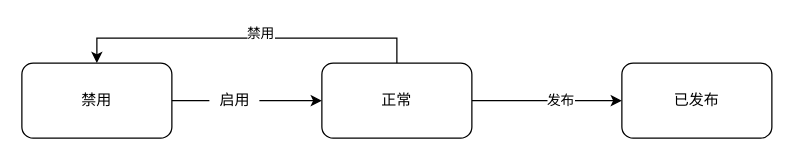
Earlier version of the draw.io diagram 简言任务清单状态变化.drawio (FrankKirin/PM_works). Source tidied: cells renumbered, new cells numbered last; positions are measured from the earlier drawing's top-left corner, leaving out a move shared by most shapes. Both pictures are drawn from the tidied source at 125%, with x=0, y=0 at pixel (21, 62).
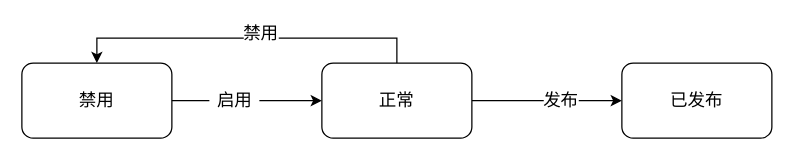
The same diagram, later.

Commit message (it also covers changes not shown here):
Update 简言任务清单状态变化.drawio

The edit, as a diff of the source:
```diff
@@
 <mxGraphModel>
   <root>
     <mxCell id="0" />
     <mxCell id="1" parent="0" />
-    <mxCell id="2" style="edgeStyle=orthogonalEdgeStyle;rounded=0;jettySize=auto;html=1;exitX=1;exitY=0.5;exitDx=0;exitDy=0;startArrow=none;" parent="1" edge="1" source="10" target="8">
+    <mxCell id="2" style="edgeStyle=orthogonalEdgeStyle;rounded=0;jettySize=auto;html=1;exitX=1;exitY=0.5;exitDx=0;exitDy=0;startArrow=none;fontSize=14;" parent="1" edge="1" source="10" target="8">
       <mxGeometry relative="1" as="geometry" />
     </mxCell>
-    <mxCell id="3" value="禁用" style="rounded=1;whiteSpace=wrap;html=1;" parent="1" vertex="1">
+    <mxCell id="3" value="禁用" style="rounded=1;whiteSpace=wrap;html=1;fontSize=14;" parent="1" vertex="1">
       <mxGeometry width="120" height="60" as="geometry" />
     </mxCell>
-    <mxCell id="4" style="edgeStyle=orthogonalEdgeStyle;rounded=0;jettySize=auto;html=1;exitX=1;exitY=0.5;exitDx=0;exitDy=0;entryX=0;entryY=0.5;entryDx=0;entryDy=0;" parent="1" edge="1" source="8" target="9">
+    <mxCell id="4" style="edgeStyle=orthogonalEdgeStyle;rounded=0;jettySize=auto;html=1;exitX=1;exitY=0.5;exitDx=0;exitDy=0;entryX=0;entryY=0.5;entryDx=0;entryDy=0;fontSize=14;" parent="1" edge="1" source="8" target="9">
       <mxGeometry relative="1" as="geometry" />
     </mxCell>
-    <mxCell id="5" value="发布" style="edgeLabel;html=1;align=center;verticalAlign=middle;" parent="4" vertex="1">
+    <mxCell id="5" value="发布" style="edgeLabel;html=1;align=center;verticalAlign=middle;fontSize=14;" parent="4" vertex="1">
       <mxGeometry x="0.17" y="1" relative="1" as="geometry" />
     </mxCell>
-    <mxCell id="6" style="edgeStyle=orthogonalEdgeStyle;rounded=0;jettySize=auto;html=1;exitX=0.5;exitY=0;exitDx=0;exitDy=0;entryX=0.5;entryY=0;entryDx=0;entryDy=0;" parent="1" edge="1" source="8" target="3">
+    <mxCell id="6" style="edgeStyle=orthogonalEdgeStyle;rounded=0;jettySize=auto;html=1;exitX=0.5;exitY=0;exitDx=0;exitDy=0;entryX=0.5;entryY=0;entryDx=0;entryDy=0;fontSize=14;" parent="1" edge="1" source="8" target="3">
       <mxGeometry relative="1" as="geometry" />
     </mxCell>
-    <mxCell id="7" value="禁用" style="edgeLabel;html=1;align=center;verticalAlign=middle;" parent="6" vertex="1">
+    <mxCell id="7" value="禁用" style="edgeLabel;html=1;align=center;verticalAlign=middle;fontSize=14;" parent="6" vertex="1">
       <mxGeometry x="-0.07" y="-5" relative="1" as="geometry" />
     </mxCell>
-    <mxCell id="8" value="正常" style="rounded=1;whiteSpace=wrap;html=1;" parent="1" vertex="1">
+    <mxCell id="8" value="正常" style="rounded=1;whiteSpace=wrap;html=1;fontSize=14;" parent="1" vertex="1">
       <mxGeometry x="240" width="120" height="60" as="geometry" />
     </mxCell>
-    <mxCell id="9" value="已发布" style="rounded=1;whiteSpace=wrap;html=1;" parent="1" vertex="1">
+    <mxCell id="9" value="已发布" style="rounded=1;whiteSpace=wrap;html=1;fontSize=14;" parent="1" vertex="1">
       <mxGeometry x="480" width="120" height="60" as="geometry" />
     </mxCell>
-    <mxCell id="10" value="启用" style="text;html=1;align=center;verticalAlign=middle;points=[];strokeColor=none;fillColor=none;" parent="1" vertex="1">
+    <mxCell id="10" value="启用" style="text;html=1;align=center;verticalAlign=middle;points=[];strokeColor=none;fillColor=none;fontSize=14;" parent="1" vertex="1">
       <mxGeometry x="150" y="20" width="40" height="20" as="geometry" />
     </mxCell>
-    <mxCell id="11" style="edgeStyle=orthogonalEdgeStyle;rounded=0;jettySize=auto;html=1;exitX=1;exitY=0.5;exitDx=0;exitDy=0;endArrow=none;" parent="1" edge="1" source="3" target="10">
+    <mxCell id="11" style="edgeStyle=orthogonalEdgeStyle;rounded=0;jettySize=auto;html=1;exitX=1;exitY=0.5;exitDx=0;exitDy=0;endArrow=none;fontSize=14;" parent="1" edge="1" source="3" target="10">
       <mxGeometry relative="1" as="geometry" />
     </mxCell>
   </root>
 </mxGraphModel>
```
